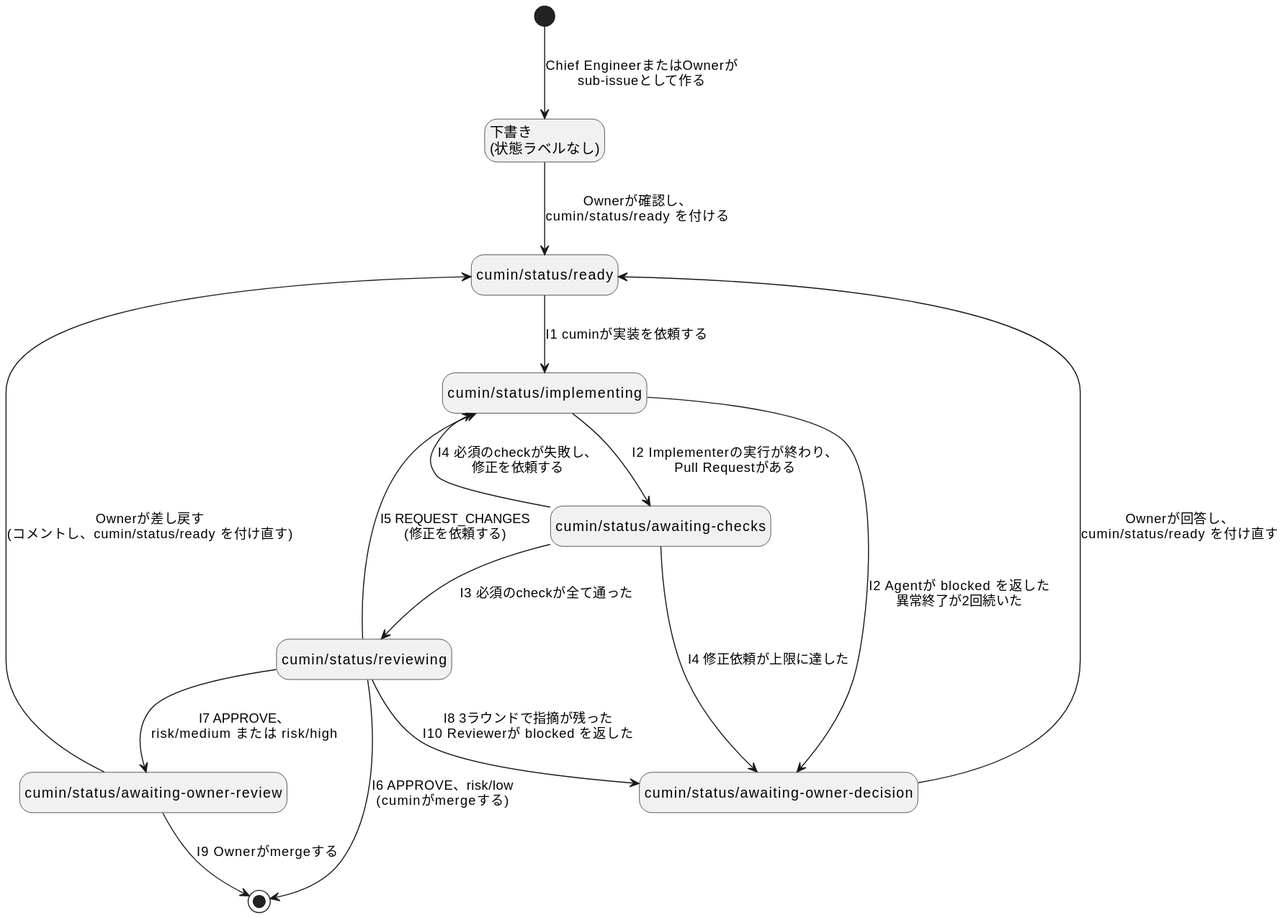
The PlantUML diagram docs/ja/requirements/workflow/implementation-issue-states.svg in cloveclovedev/cumin-works, before a commit.
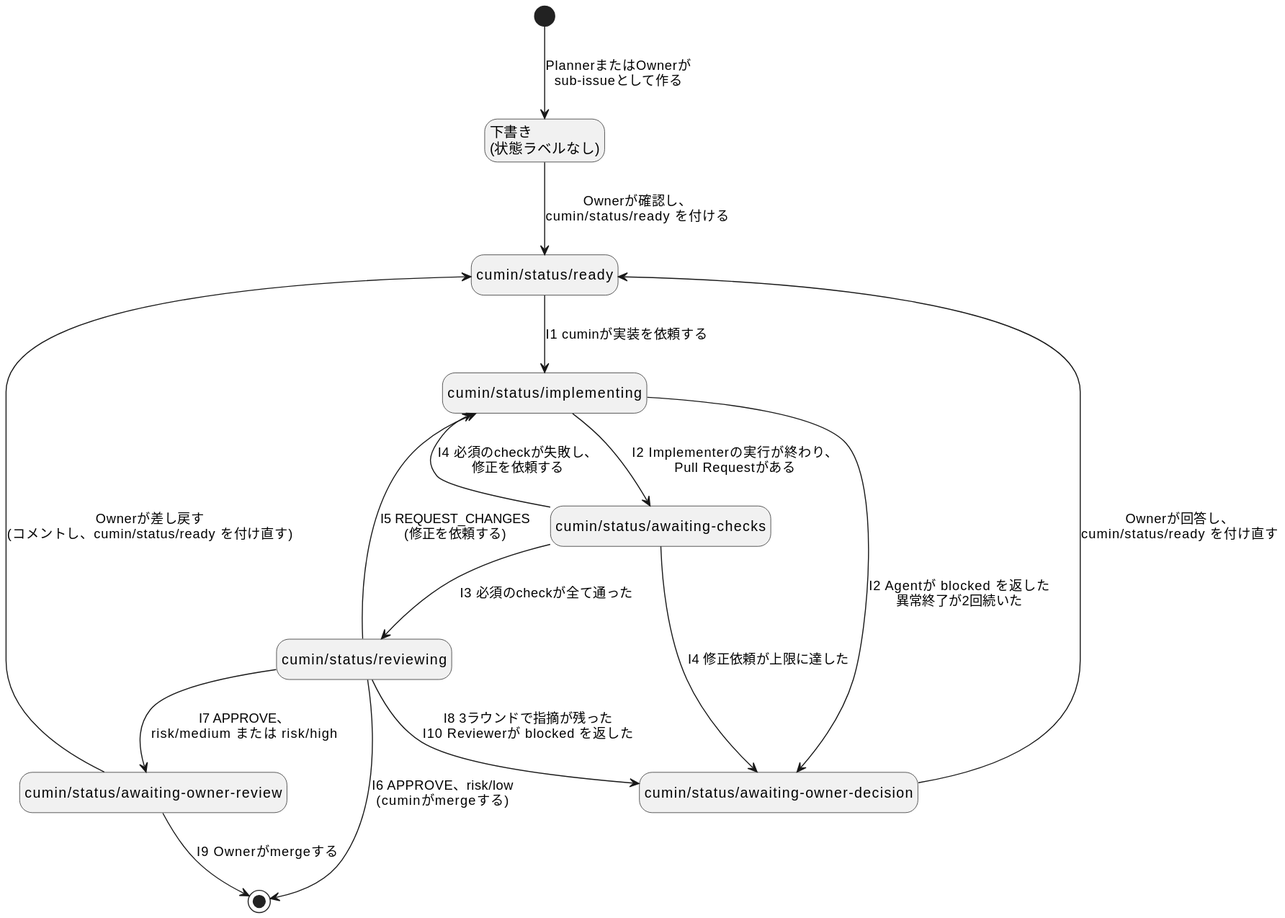
After the commit.

Diff of the diagram source:
```diff
@@ -10,7 +10,7 @@
 state "cumin/status/awaiting-owner-review" as OwnerReview
 state "cumin/status/awaiting-owner-decision" as Decision
 
-[*] --> Draft : Chief EngineerまたはOwnerが\nsub-issueとして作る
+[*] --> Draft : PlannerまたはOwnerが\nsub-issueとして作る
 Draft --> Ready : Ownerが確認し、\ncumin/status/ready を付ける
 Ready --> Implementing : I1 cuminが実装を依頼する
 Implementing --> Checks : I2 Implementerの実行が終わり、\nPull Requestがある
```
